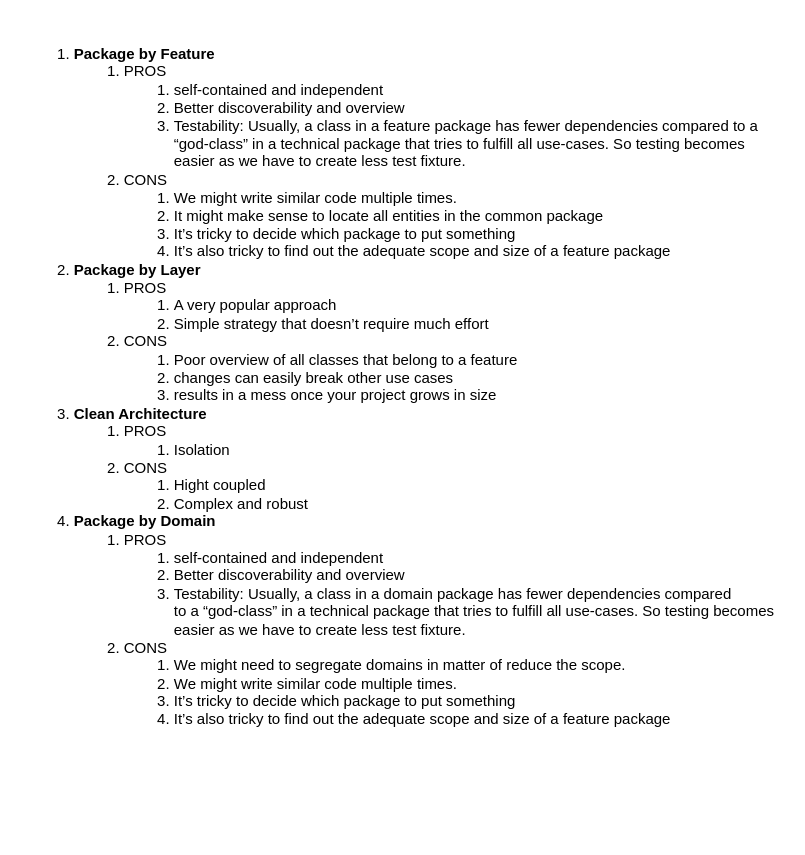
codegik/pocs keeps this draw.io diagram as architecture/john-doe-bank/04.package.drawio. Above is the earlier version. Source tidied: cells renumbered, new cells numbered last; positions are measured from the earlier drawing's top-left corner, leaving out a move shared by most shapes. Both pictures are drawn from the tidied source at 125%, with x=0, y=0 at pixel (21, 21).
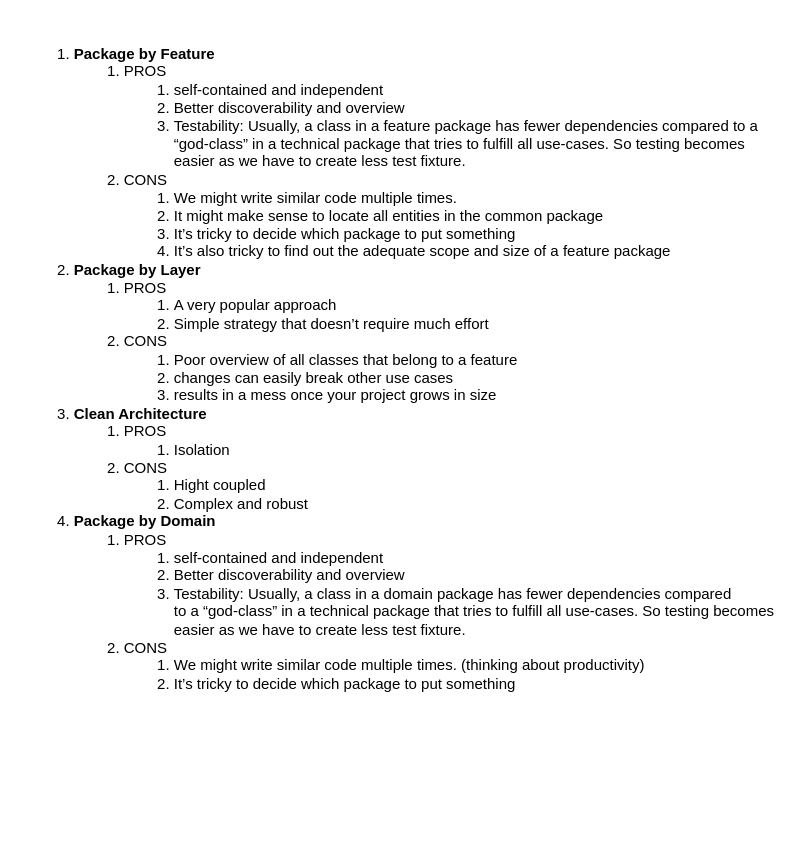
The same page after the edit.

What changed in the source:
```diff
@@
 <mxGraphModel>
   <root>
     <mxCell id="0" />
     <mxCell id="1" parent="0" />
-    <mxCell id="2" value="&lt;ol&gt;&lt;li&gt;&lt;b&gt;Package by Feature&lt;/b&gt;&lt;/li&gt;&lt;ol&gt;&lt;li&gt;PROS&lt;/li&gt;&lt;ol&gt;&lt;li&gt;self-contained and independent&lt;br&gt;&lt;/li&gt;&lt;li&gt;Better discoverability and overview&lt;/li&gt;&lt;li&gt;Testability: Usually, a class in a feature package has fewer dependencies compared to a “god-class” in a technical package that tries to fulfill all use-cases. So testing becomes easier as we have to create less test fixture.&lt;br&gt;&lt;/li&gt;&lt;/ol&gt;&lt;li&gt;CONS&lt;/li&gt;&lt;ol&gt;&lt;li&gt;We might write similar code multiple times.&lt;br&gt;&lt;/li&gt;&lt;li&gt;It might make sense to locate all entities in the common package&lt;/li&gt;&lt;li&gt;It’s tricky to decide which package to put something&lt;/li&gt;&lt;li&gt;It’s also tricky to find out the adequate scope and size of a feature package&lt;/li&gt;&lt;/ol&gt;&lt;/ol&gt;&lt;li&gt;&lt;b&gt;Package by Layer &lt;/b&gt;&lt;br&gt;&lt;/li&gt;&lt;ol&gt;&lt;li&gt;PROS&lt;/li&gt;&lt;ol&gt;&lt;li&gt;A very popular approach&lt;/li&gt;&lt;li&gt;Simple strategy that doesn’t require much effort&lt;br&gt;&lt;/li&gt;&lt;/ol&gt;&lt;li&gt;CONS&lt;/li&gt;&lt;ol&gt;&lt;li&gt;Poor overview of all classes that belong to a feature&lt;/li&gt;&lt;li&gt;changes can easily break other use cases&lt;/li&gt;&lt;li&gt;results in a mess once your project grows in size&lt;br&gt;&lt;/li&gt;&lt;/ol&gt;&lt;/ol&gt;&lt;li&gt;&lt;b&gt;Clean Architecture&lt;/b&gt;&lt;/li&gt;&lt;ol&gt;&lt;li&gt;PROS&lt;/li&gt;&lt;ol&gt;&lt;li&gt;Isolation&lt;br&gt;&lt;/li&gt;&lt;/ol&gt;&lt;li&gt;CONS&lt;/li&gt;&lt;ol&gt;&lt;li&gt;Hight coupled&lt;/li&gt;&lt;li&gt;Complex and robust&lt;/li&gt;&lt;/ol&gt;&lt;/ol&gt;&lt;li&gt;&lt;b&gt;Package by Domain&lt;/b&gt;&lt;/li&gt;&lt;ol&gt;&lt;li&gt;PROS&lt;/li&gt;&lt;ol&gt;&lt;li&gt;self-contained and independent&lt;br&gt;&lt;/li&gt;&lt;li&gt;Better discoverability and overview&lt;/li&gt;&lt;li&gt;Testability: Usually, a class in a domain package has fewer dependencies compared &lt;br&gt;to a “god-class” in a technical package that tries to fulfill all use-cases. So testing becomes easier as we have to create less test fixture.&lt;/li&gt;&lt;/ol&gt;&lt;li&gt;CONS&lt;/li&gt;&lt;ol&gt;&lt;li&gt;We might need to segregate domains in matter of reduce the scope.&lt;/li&gt;&lt;li&gt;We might write similar code multiple times.&lt;br&gt;&lt;/li&gt;&lt;li&gt;It’s tricky to decide which package to put something&lt;/li&gt;&lt;li&gt;It’s also tricky to find out the adequate scope and size of a feature package&lt;/li&gt;&lt;/ol&gt;&lt;/ol&gt;&lt;/ol&gt;" style="text;html=1;strokeColor=none;fillColor=none;align=left;verticalAlign=top;whiteSpace=wrap;rounded=0;horizontal=1;" parent="1" vertex="1">
+    <mxCell id="2" value="&lt;ol&gt;&lt;li&gt;&lt;b&gt;Package by Feature&lt;/b&gt;&lt;/li&gt;&lt;ol&gt;&lt;li&gt;PROS&lt;/li&gt;&lt;ol&gt;&lt;li&gt;self-contained and independent&lt;br&gt;&lt;/li&gt;&lt;li&gt;Better discoverability and overview&lt;/li&gt;&lt;li&gt;Testability: Usually, a class in a feature package has fewer dependencies compared to a “god-class” in a technical package that tries to fulfill all use-cases. So testing becomes easier as we have to create less test fixture.&lt;br&gt;&lt;/li&gt;&lt;/ol&gt;&lt;li&gt;CONS&lt;/li&gt;&lt;ol&gt;&lt;li&gt;We might write similar code multiple times.&lt;br&gt;&lt;/li&gt;&lt;li&gt;It might make sense to locate all entities in the common package&lt;/li&gt;&lt;li&gt;It’s tricky to decide which package to put something&lt;/li&gt;&lt;li&gt;It’s also tricky to find out the adequate scope and size of a feature package&lt;/li&gt;&lt;/ol&gt;&lt;/ol&gt;&lt;li&gt;&lt;b&gt;Package by Layer &lt;/b&gt;&lt;br&gt;&lt;/li&gt;&lt;ol&gt;&lt;li&gt;PROS&lt;/li&gt;&lt;ol&gt;&lt;li&gt;A very popular approach&lt;/li&gt;&lt;li&gt;Simple strategy that doesn’t require much effort&lt;br&gt;&lt;/li&gt;&lt;/ol&gt;&lt;li&gt;CONS&lt;/li&gt;&lt;ol&gt;&lt;li&gt;Poor overview of all classes that belong to a feature&lt;/li&gt;&lt;li&gt;changes can easily break other use cases&lt;/li&gt;&lt;li&gt;results in a mess once your project grows in size&lt;br&gt;&lt;/li&gt;&lt;/ol&gt;&lt;/ol&gt;&lt;li&gt;&lt;b&gt;Clean Architecture&lt;/b&gt;&lt;/li&gt;&lt;ol&gt;&lt;li&gt;PROS&lt;/li&gt;&lt;ol&gt;&lt;li&gt;Isolation&lt;br&gt;&lt;/li&gt;&lt;/ol&gt;&lt;li&gt;CONS&lt;/li&gt;&lt;ol&gt;&lt;li&gt;Hight coupled&lt;/li&gt;&lt;li&gt;Complex and robust&lt;/li&gt;&lt;/ol&gt;&lt;/ol&gt;&lt;li&gt;&lt;b&gt;Package by Domain&lt;/b&gt;&lt;/li&gt;&lt;ol&gt;&lt;li&gt;PROS&lt;/li&gt;&lt;ol&gt;&lt;li&gt;self-contained and independent&lt;br&gt;&lt;/li&gt;&lt;li&gt;Better discoverability and overview&lt;/li&gt;&lt;li&gt;Testability: Usually, a class in a domain package has fewer dependencies compared &lt;br&gt;to a “god-class” in a technical package that tries to fulfill all use-cases. So testing becomes easier as we have to create less test fixture.&lt;/li&gt;&lt;/ol&gt;&lt;li&gt;CONS&lt;/li&gt;&lt;ol&gt;&lt;li&gt;We might write similar code multiple times. (thinking about productivity)&lt;br&gt;&lt;/li&gt;&lt;li&gt;It’s tricky to decide which package to put something&lt;/li&gt;&lt;/ol&gt;&lt;/ol&gt;&lt;/ol&gt;" style="text;html=1;strokeColor=none;fillColor=none;align=left;verticalAlign=top;whiteSpace=wrap;rounded=0;horizontal=1;" parent="1" vertex="1">
       <mxGeometry width="610" height="650" as="geometry" />
     </mxCell>
   </root>
 </mxGraphModel>
```
